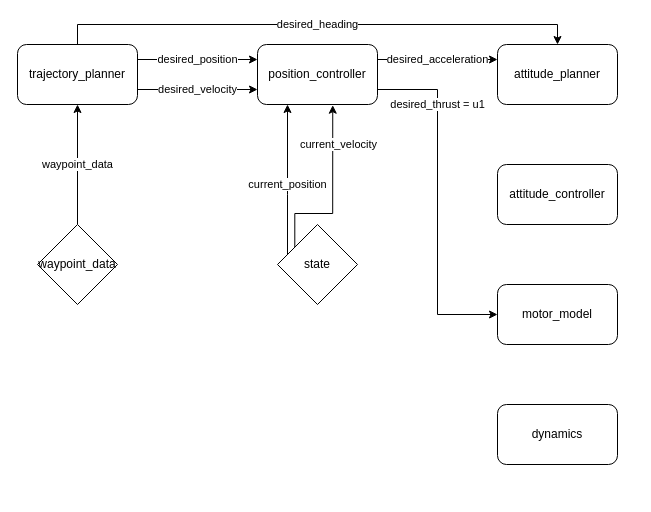
Before: Untitled Diagram.drawio in danbronzy/quadcopter_controller, a draw.io diagram. Source tidied: cells renumbered, new cells numbered last; positions are measured from the earlier drawing's top-left corner, leaving out a move shared by most shapes. Both pictures are drawn from the tidied source at 100%, with x=0, y=0 at pixel (17, 24).
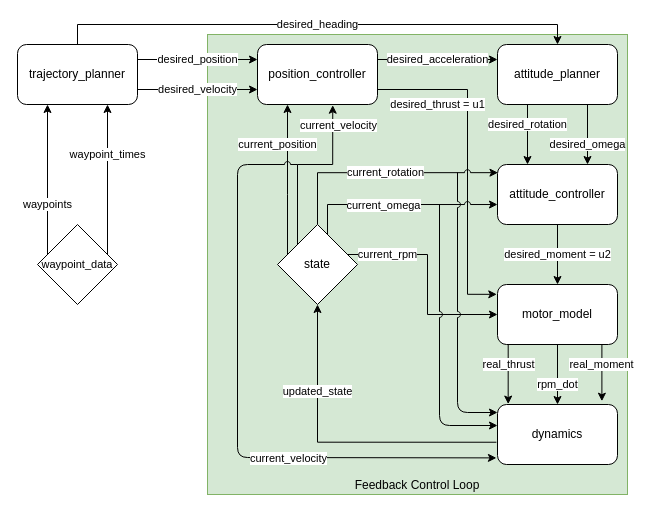
After the change.

The change refers to these unchanged cells:
```xml
<mxCell id="4" value="position_controller" style="rounded=1;whiteSpace=wrap;html=1;" parent="1" vertex="1">
  <mxGeometry x="240" y="20" width="120" height="60" as="geometry" />
</mxCell>
<mxCell id="8" value="&lt;div&gt;trajectory_planner&lt;/div&gt;" style="rounded=1;whiteSpace=wrap;html=1;" parent="1" vertex="1">
  <mxGeometry y="20" width="120" height="60" as="geometry" />
</mxCell>
<mxCell id="9" value="&lt;div&gt;attitude_planner&lt;/div&gt;" style="rounded=1;whiteSpace=wrap;html=1;" parent="1" vertex="1">
  <mxGeometry x="480" y="20" width="120" height="60" as="geometry" />
</mxCell>
<mxCell id="10" value="&lt;div&gt;attitude_controller&lt;/div&gt;" style="rounded=1;whiteSpace=wrap;html=1;" parent="1" vertex="1">
  <mxGeometry x="480" y="140" width="120" height="60" as="geometry" />
</mxCell>
<mxCell id="11" value="&lt;div&gt;motor_model&lt;/div&gt;" style="rounded=1;whiteSpace=wrap;html=1;" parent="1" vertex="1">
  <mxGeometry x="480" y="260" width="120" height="60" as="geometry" />
</mxCell>
<mxCell id="12" value="&lt;div&gt;dynamics&lt;/div&gt;" style="rounded=1;whiteSpace=wrap;html=1;" parent="1" vertex="1">
  <mxGeometry x="480" y="380" width="120" height="60" as="geometry" />
</mxCell>
<mxCell id="16" value="&lt;div&gt;state&lt;/div&gt;" style="rhombus;whiteSpace=wrap;html=1;" parent="1" vertex="1">
  <mxGeometry x="260" y="200" width="80" height="80" as="geometry" />
</mxCell>
```

The edit, as a diff of the source:
```diff
@@
+    <mxCell id="19" value="Feedback Control Loop" style="rounded=0;whiteSpace=wrap;html=1;fillColor=#d5e8d4;strokeColor=#82b366;verticalAlign=bottom;" parent="1" vertex="1">
+      <mxGeometry x="190" y="10" width="420" height="460" as="geometry" />
+    </mxCell>
@@
-    <mxCell id="3" value="desired_thrust = u1" style="edgeStyle=orthogonalEdgeStyle;rounded=0;jettySize=auto;html=1;exitX=1;exitY=0.75;exitDx=0;exitDy=0;entryX=0;entryY=0.5;entryDx=0;entryDy=0;" parent="1" edge="1" source="4" target="11">
-      <mxGeometry x="-0.65" y="-15" relative="1" as="geometry">
-        <mxPoint x="15" y="15" as="offset" />
+    <mxCell id="3" value="desired_thrust = u1" style="edgeStyle=orthogonalEdgeStyle;rounded=0;jettySize=auto;html=1;exitX=1;exitY=0.75;exitDx=0;exitDy=0;entryX=-0.006;entryY=0.164;entryDx=0;entryDy=0;jumpStyle=arc;entryPerimeter=0;" parent="1" edge="1" source="4" target="11">
+      <mxGeometry x="-0.63" y="-15" relative="1" as="geometry">
+        <Array as="points">
+          <mxPoint x="450" y="65" />
+          <mxPoint x="450" y="270" />
+        </Array>
       </mxGeometry>
     </mxCell>
@@
+    <mxCell id="20" value="&lt;div&gt;desired_rotation&lt;/div&gt;" style="edgeStyle=orthogonalEdgeStyle;rounded=0;jettySize=auto;html=1;exitX=0.25;exitY=1;exitDx=0;exitDy=0;entryX=0.25;entryY=0;entryDx=0;entryDy=0;" parent="1" edge="1" source="9" target="10">
+      <mxGeometry x="-0.33" relative="1" as="geometry" />
+    </mxCell>
+    <mxCell id="21" value="&lt;div&gt;desired_omega&lt;/div&gt;" style="edgeStyle=orthogonalEdgeStyle;rounded=0;jettySize=auto;html=1;exitX=0.75;exitY=1;exitDx=0;exitDy=0;entryX=0.75;entryY=0;entryDx=0;entryDy=0;" parent="1" edge="1" source="9" target="10">
+      <mxGeometry x="0.33" relative="1" as="geometry" />
+    </mxCell>
@@
+    <mxCell id="22" value="desired_moment = u2" style="edgeStyle=orthogonalEdgeStyle;rounded=0;jumpStyle=arc;jettySize=auto;html=1;exitX=0.5;exitY=1;exitDx=0;exitDy=0;entryX=0.5;entryY=0;entryDx=0;entryDy=0;" parent="1" edge="1" source="10" target="11">
+      <mxGeometry relative="1" as="geometry" />
+    </mxCell>
@@
+    <mxCell id="23" value="real_moment" style="edgeStyle=orthogonalEdgeStyle;rounded=0;jumpStyle=arc;jettySize=auto;html=1;entryX=0.87;entryY=-0.055;entryDx=0;entryDy=0;entryPerimeter=0;" parent="1" edge="1" source="11" target="12">
+      <mxGeometry x="0.06" y="-10" relative="1" as="geometry">
+        <Array as="points">
+          <mxPoint x="584" y="350" />
+        </Array>
+        <mxPoint x="10" y="-10" as="offset" />
+      </mxGeometry>
+    </mxCell>
+    <mxCell id="24" value="real_thrust" style="edgeStyle=orthogonalEdgeStyle;rounded=0;jumpStyle=arc;jettySize=auto;html=1;entryX=0.089;entryY=-0.007;entryDx=0;entryDy=0;entryPerimeter=0;" parent="1" edge="1" source="11" target="12">
+      <mxGeometry x="0.01" y="-10" relative="1" as="geometry">
+        <Array as="points">
+          <mxPoint x="491" y="350" />
+        </Array>
+        <mxPoint x="10" y="-10" as="offset" />
+      </mxGeometry>
+    </mxCell>
+    <mxCell id="25" value="rpm_dot" style="edgeStyle=orthogonalEdgeStyle;rounded=0;jumpStyle=arc;jettySize=auto;html=1;entryX=0.5;entryY=0;entryDx=0;entryDy=0;" parent="1" edge="1" source="11" target="12">
+      <mxGeometry x="0.33" relative="1" as="geometry" />
+    </mxCell>
@@
+    <mxCell id="26" style="edgeStyle=orthogonalEdgeStyle;rounded=0;jumpStyle=arc;jettySize=auto;html=1;entryX=0.5;entryY=1;entryDx=0;entryDy=0;exitX=-0.009;exitY=0.629;exitDx=0;exitDy=0;exitPerimeter=0;" parent="1" edge="1" source="12" target="16">
+      <mxGeometry relative="1" as="geometry" />
+    </mxCell>
+    <mxCell id="27" value="updated_state" style="edgeLabel;html=1;align=center;verticalAlign=middle;" parent="26" vertex="1">
+      <mxGeometry x="0.13" y="-51" relative="1" as="geometry">
+        <mxPoint x="-52" y="-51" as="offset" />
+      </mxGeometry>
+    </mxCell>
@@
     <mxCell id="13" value="&lt;div&gt;current_position&lt;/div&gt;" style="edgeStyle=orthogonalEdgeStyle;rounded=0;jettySize=auto;html=1;entryX=0.25;entryY=1;entryDx=0;entryDy=0;" parent="1" edge="1" source="16" target="4">
-      <mxGeometry x="-0.07" relative="1" as="geometry">
+      <mxGeometry x="0.47" y="10" relative="1" as="geometry">
         <Array as="points">
           <mxPoint x="270" y="170" />
           <mxPoint x="270" y="170" />
         </Array>
       </mxGeometry>
     </mxCell>
     <mxCell id="14" style="edgeStyle=orthogonalEdgeStyle;rounded=0;jettySize=auto;html=1;entryX=0.627;entryY=1.012;entryDx=0;entryDy=0;entryPerimeter=0;" parent="1" edge="1" target="4">
       <mxGeometry relative="1" as="geometry">
         <mxPoint x="277.3" y="239.4" as="sourcePoint" />
         <Array as="points">
-          <mxPoint x="277" y="189" />
-          <mxPoint x="315" y="189" />
+          <mxPoint x="280" y="239" />
+          <mxPoint x="280" y="140" />
+          <mxPoint x="315" y="140" />
         </Array>
       </mxGeometry>
     </mxCell>
     <mxCell id="15" value="current_velocity" style="edgeLabel;html=1;align=center;verticalAlign=middle;" parent="14" vertex="1">
       <mxGeometry x="0.09" y="-1" relative="1" as="geometry">
-        <mxPoint x="3.8" y="-50.4" as="offset" />
+        <mxPoint x="35.2" y="-41" as="offset" />
       </mxGeometry>
     </mxCell>
+    <mxCell id="28" value="&lt;div&gt;current_rotation&lt;/div&gt;" style="edgeStyle=orthogonalEdgeStyle;rounded=0;jettySize=auto;html=1;entryX=0.004;entryY=0.136;entryDx=0;entryDy=0;entryPerimeter=0;noJump=0;jumpStyle=arc;" parent="1" edge="1" source="16" target="10">
+      <mxGeometry x="0.03" relative="1" as="geometry">
+        <Array as="points">
+          <mxPoint x="300" y="148" />
+        </Array>
+      </mxGeometry>
+    </mxCell>
+    <mxCell id="29" style="edgeStyle=orthogonalEdgeStyle;rounded=0;jettySize=auto;html=1;entryX=0;entryY=0.667;entryDx=0;entryDy=0;entryPerimeter=0;jumpStyle=arc;" parent="1" edge="1" source="16" target="10">
+      <mxGeometry relative="1" as="geometry">
+        <Array as="points">
+          <mxPoint x="310" y="180" />
+        </Array>
+      </mxGeometry>
+    </mxCell>
+    <mxCell id="30" value="&lt;div&gt;current_omega&lt;/div&gt;" style="edgeLabel;html=1;align=center;verticalAlign=middle;" parent="29" vertex="1">
+      <mxGeometry x="-0.77" y="1" relative="1" as="geometry">
+        <mxPoint x="56.5" y="-6.6" as="offset" />
+      </mxGeometry>
+    </mxCell>
+    <mxCell id="31" value="current_rpm" style="edgeStyle=orthogonalEdgeStyle;rounded=0;jumpStyle=arc;jettySize=auto;html=1;entryX=0;entryY=0.5;entryDx=0;entryDy=0;" parent="1" edge="1" source="16" target="11">
+      <mxGeometry x="-0.62" relative="1" as="geometry">
+        <Array as="points">
+          <mxPoint x="410" y="230" />
+          <mxPoint x="410" y="290" />
+        </Array>
+      </mxGeometry>
+    </mxCell>
@@
-    <mxCell id="17" value="&lt;div&gt;waypoint_data&lt;/div&gt;" style="edgeStyle=orthogonalEdgeStyle;rounded=0;jettySize=auto;html=1;entryX=0.5;entryY=1;entryDx=0;entryDy=0;" parent="1" edge="1" source="18" target="8">
-      <mxGeometry relative="1" as="geometry" />
-    </mxCell>
+    <mxCell id="32" value="waypoints" style="edgeStyle=orthogonalEdgeStyle;rounded=0;jumpStyle=arc;jettySize=auto;html=1;entryX=0.25;entryY=1;entryDx=0;entryDy=0;" parent="1" edge="1" source="18" target="8">
+      <mxGeometry x="-0.2" y="10" relative="1" as="geometry">
+        <Array as="points">
+          <mxPoint x="30" y="170" />
+          <mxPoint x="30" y="170" />
+        </Array>
+        <mxPoint x="10" y="10" as="offset" />
+      </mxGeometry>
+    </mxCell>
+    <mxCell id="33" value="&lt;div&gt;waypoint_times&lt;/div&gt;" style="edgeStyle=orthogonalEdgeStyle;rounded=0;jumpStyle=arc;jettySize=auto;html=1;entryX=0.75;entryY=1;entryDx=0;entryDy=0;" parent="1" edge="1" source="18" target="8">
+      <mxGeometry x="0.33" relative="1" as="geometry">
+        <Array as="points">
+          <mxPoint x="90" y="230" />
+          <mxPoint x="90" y="230" />
+        </Array>
+      </mxGeometry>
+    </mxCell>
-    <mxCell id="18" value="waypoint_data" style="rhombus;whiteSpace=wrap;html=1;" parent="1" vertex="1">
+    <mxCell id="18" value="&lt;font style=&quot;font-size: 11px&quot;&gt;waypoint_data&lt;/font&gt;" style="rhombus;whiteSpace=wrap;html=1;" parent="1" vertex="1">
       <mxGeometry x="20" y="200" width="80" height="80" as="geometry" />
     </mxCell>
+    <mxCell id="34" style="endArrow=classic;html=1;jumpStyle=arc;" parent="1" edge="1">
+      <mxGeometry relative="1" as="geometry">
+        <mxPoint x="422" y="180" as="sourcePoint" />
+        <mxPoint x="480" y="401" as="targetPoint" />
+        <Array as="points">
+          <mxPoint x="422" y="401" />
+        </Array>
+      </mxGeometry>
+    </mxCell>
+    <mxCell id="35" style="endArrow=classic;html=1;entryX=0;entryY=0.167;entryDx=0;entryDy=0;entryPerimeter=0;jumpStyle=arc;" parent="1" edge="1">
+      <mxGeometry relative="1" as="geometry">
+        <mxPoint x="440" y="148" as="sourcePoint" />
+        <mxPoint x="480" y="388" as="targetPoint" />
+        <Array as="points">
+          <mxPoint x="440" y="388" />
+        </Array>
+      </mxGeometry>
+    </mxCell>
+    <mxCell id="36" style="endArrow=classic;html=1;entryX=-0.009;entryY=0.89;entryDx=0;entryDy=0;jumpStyle=arc;entryPerimeter=0;" parent="1" edge="1" target="12">
+      <mxGeometry relative="1" as="geometry">
+        <mxPoint x="280" y="140" as="sourcePoint" />
+        <Array as="points">
+          <mxPoint x="220" y="140" />
+          <mxPoint x="220" y="433" />
+        </Array>
+      </mxGeometry>
+    </mxCell>
+    <mxCell id="37" value="&lt;div&gt;current_velocity&lt;/div&gt;" style="edgeLabel;html=1;align=center;verticalAlign=middle;" parent="36" vertex="1">
+      <mxGeometry x="0.41" y="-1" relative="1" as="geometry">
+        <mxPoint x="-27.1" y="-1" as="offset" />
+      </mxGeometry>
+    </mxCell>
```
